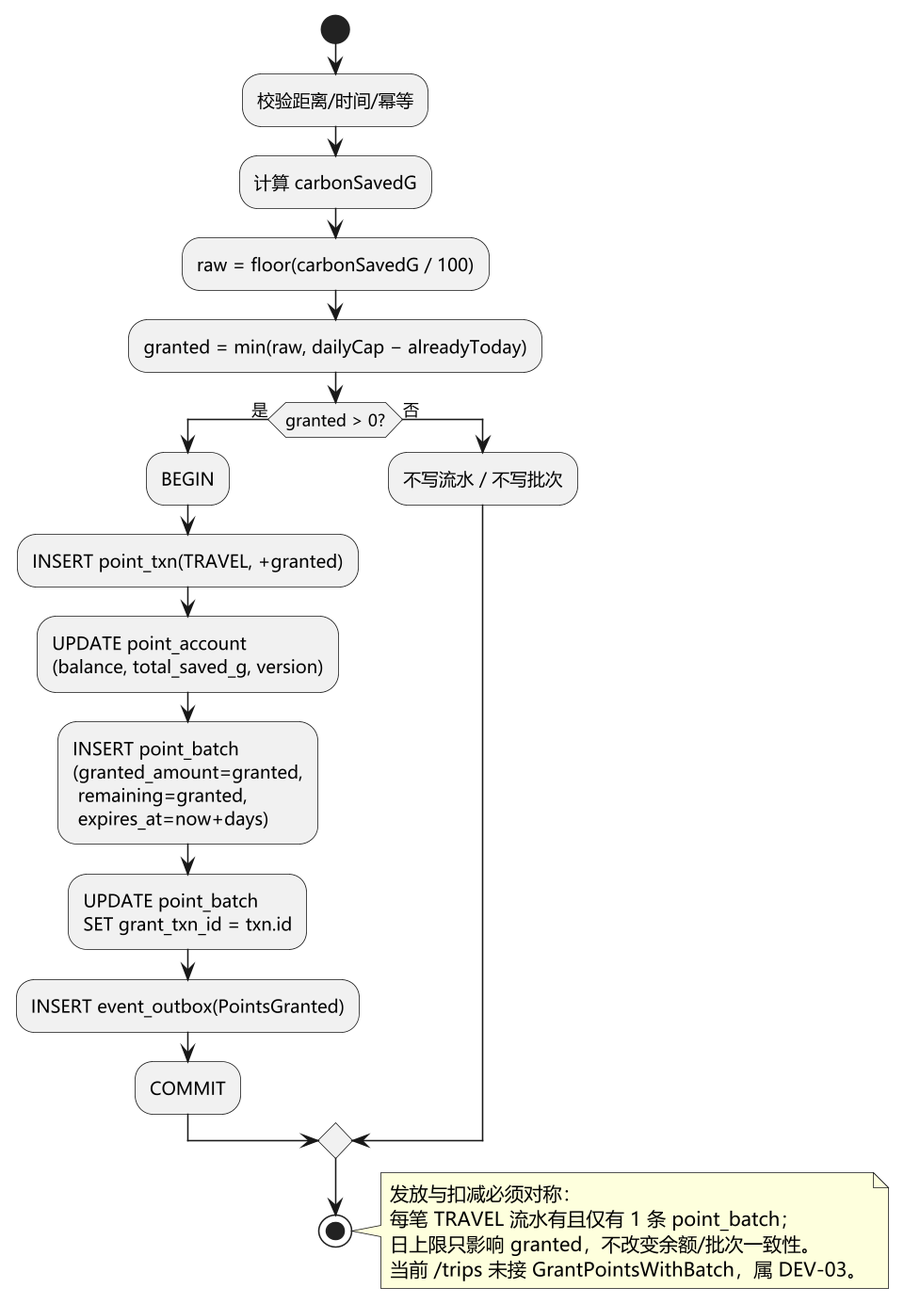
The PlantUML diagram docs/uml/out/图2-15 活动图：发放积分与批次写入.png in chiyan11/green-travel-points, before a commit.
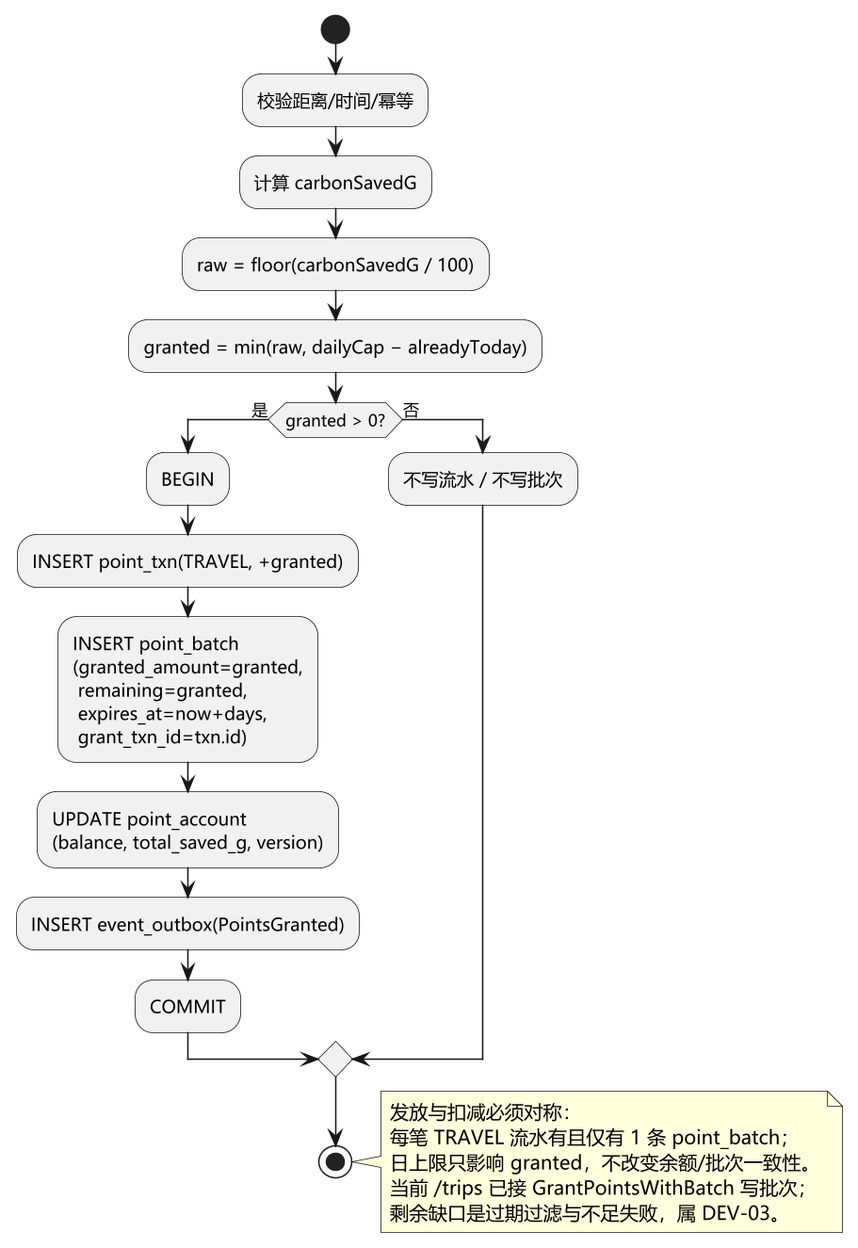
After the change.

Change to the diagram source:
```diff
@@ -13,9 +13,8 @@
 if (granted > 0?) then (是)
   :BEGIN;
   :INSERT point_txn(TRAVEL, +granted);
+  :INSERT point_batch\n(granted_amount=granted,\n remaining=granted,\n expires_at=now+days,\n grant_txn_id=txn.id);
   :UPDATE point_account\n(balance, total_saved_g, version);
-  :INSERT point_batch\n(granted_amount=granted,\n remaining=granted,\n expires_at=now+days);
-  :UPDATE point_batch\nSET grant_txn_id = txn.id;
   :INSERT event_outbox(PointsGranted);
   :COMMIT;
 else (否)
@@ -27,6 +26,7 @@
   发放与扣减必须对称：
   每笔 TRAVEL 流水有且仅有 1 条 point_batch；
   日上限只影响 granted，不改变余额/批次一致性。
-  当前 /trips 未接 GrantPointsWithBatch，属 DEV-03。
+  当前 /trips 已接 GrantPointsWithBatch 写批次；
+  剩余缺口是过期过滤与不足失败，属 DEV-03。
 end note
 @enduml
```
